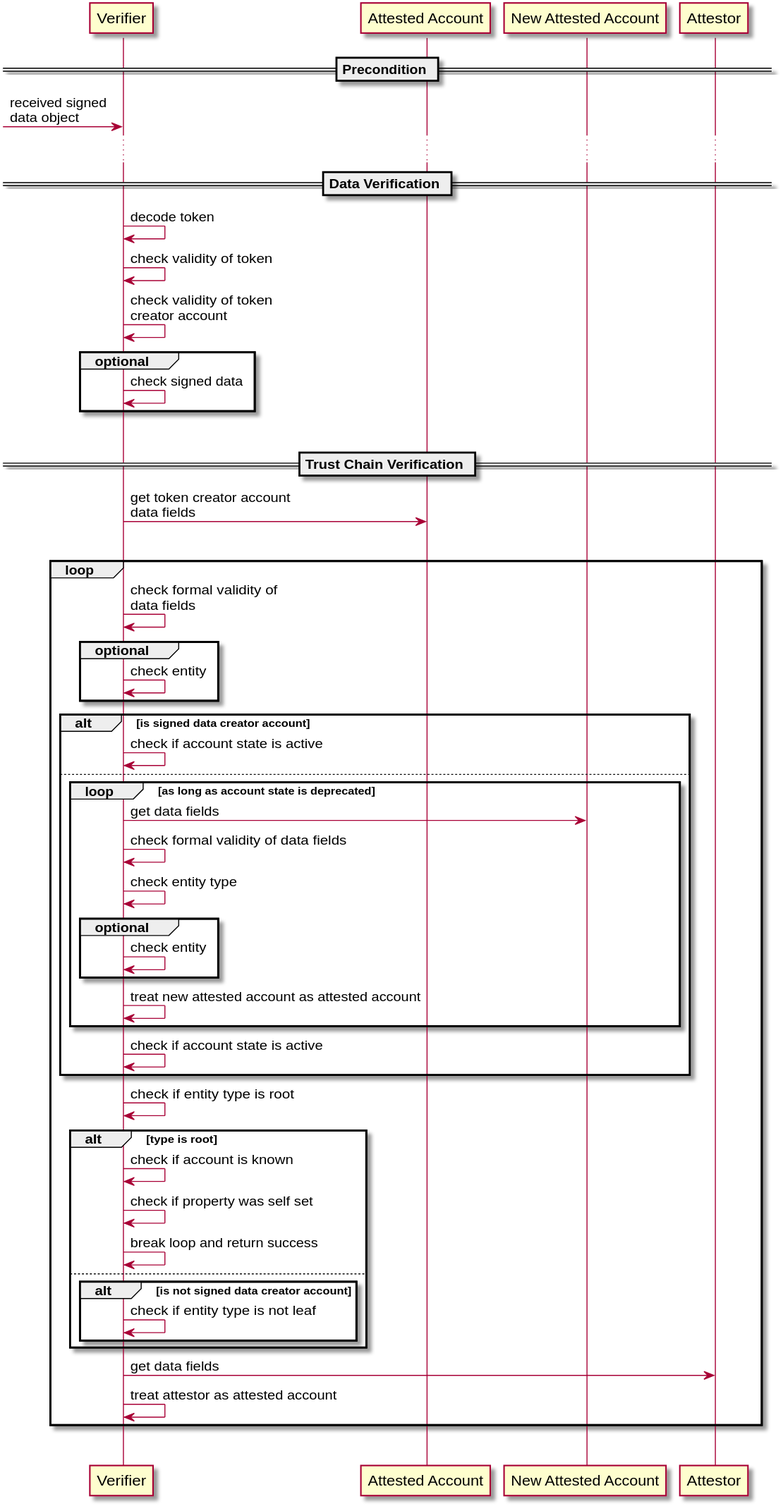
Earlier version of the PlantUML export docs/plantUml/out/attestation-protocol/protocol-verification-workflow/protocol-verification-workflow.svg (masterbtc/documentation-1).
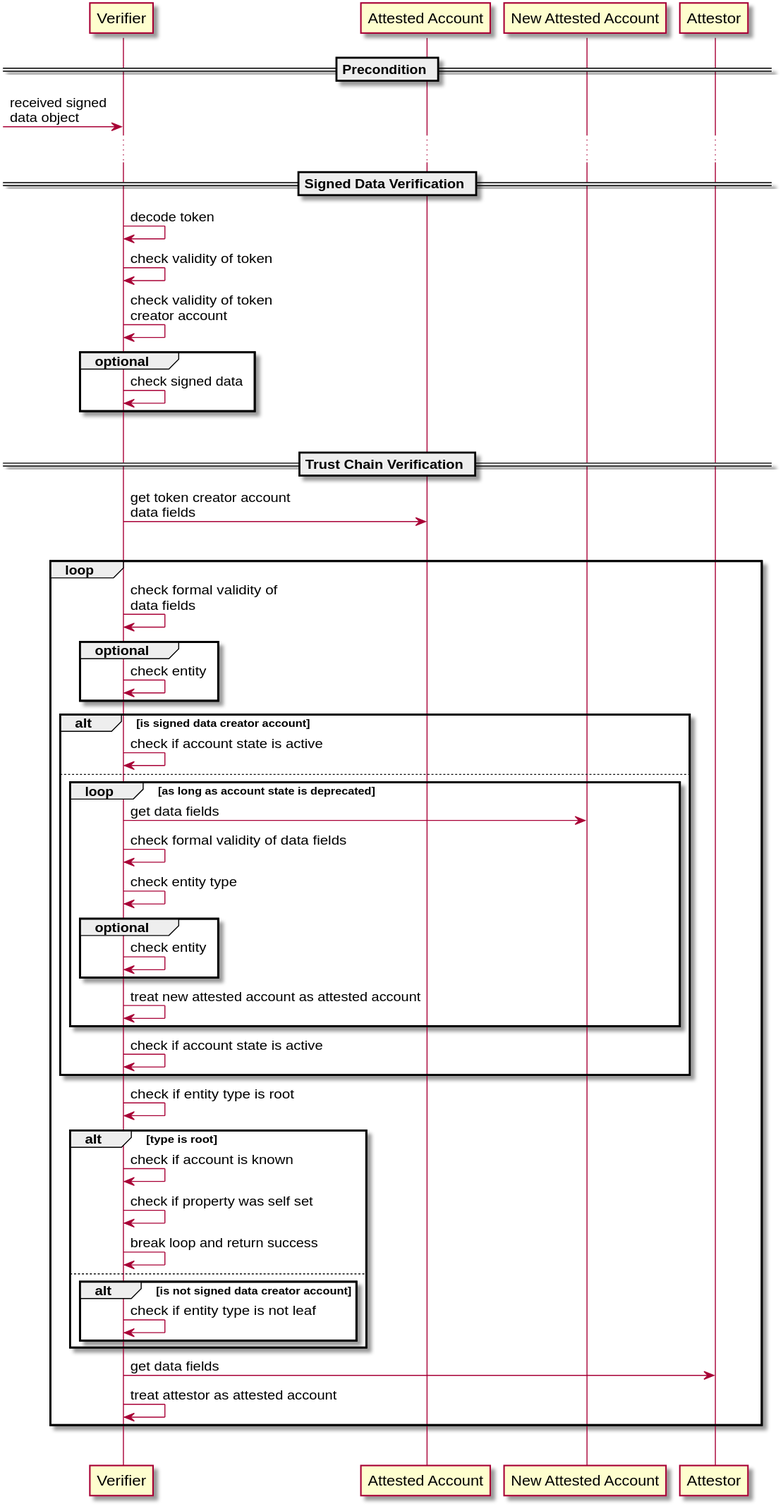
After the change.

Commit message:
added protocol version to signed data object

Diff of the diagram source:
```diff
@@ -13,7 +13,7 @@
 
 
 ...
-== Data Verification ==
+== Signed Data Verification ==
 
 VERI -> VERI: decode token
 VERI -> VERI: check validity of token
```
